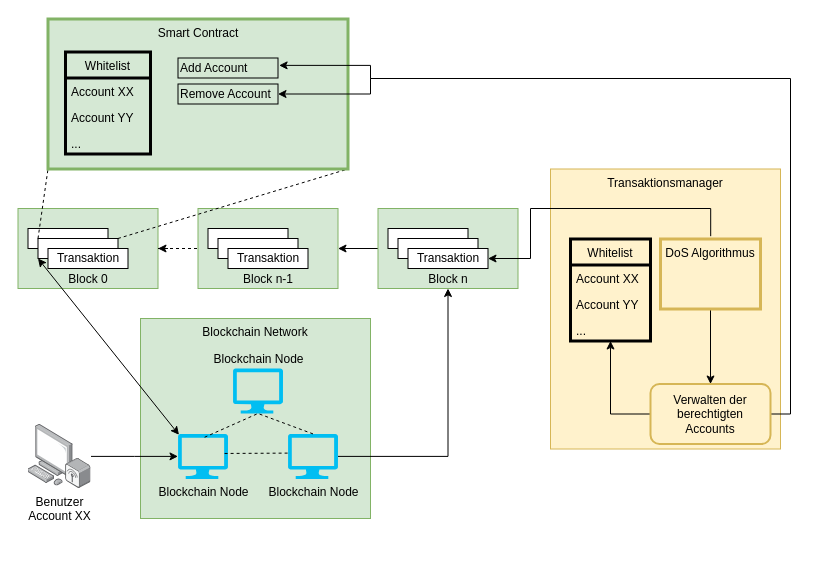
Earlier version of the draw.io diagram Report/images/src/overview.drawio (Geryones/BlockChain_TransactionManager). Source tidied: cells renumbered, new cells numbered last; positions are measured from the earlier drawing's top-left corner, leaving out a move shared by most shapes. Both pictures are drawn from the tidied source at 100%, with x=0, y=0 at pixel (18, 18).
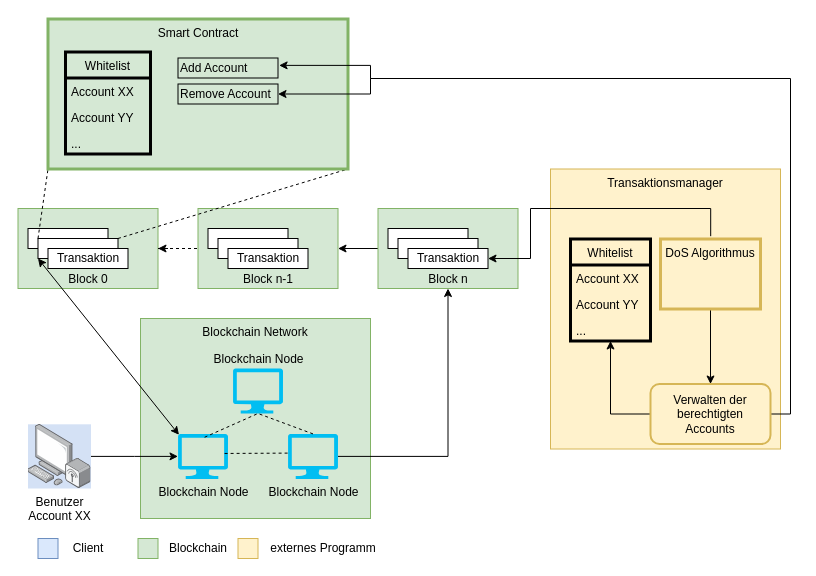
The same diagram, later.

Change to the diagram source:
```diff
@@
-    <mxCell id="11" value="Benutzer&lt;br&gt;Account XX" style="points=[];html=1;align=center;shadow=0;dashed=0;image;image=img/lib/allied_telesis/computer_and_terminals/Personal_Computer_Wireless.svg;" parent="1" vertex="1">
+    <mxCell id="11" value="Benutzer&lt;br&gt;Account XX" style="points=[];html=1;align=center;shadow=0;dashed=0;image;image=img/lib/allied_telesis/computer_and_terminals/Personal_Computer_Wireless.svg;imageBackground=#D4E1F5;" parent="1" vertex="1">
       <mxGeometry x="9.5" y="405.8" width="63" height="64.2" as="geometry" />
     </mxCell>
@@
+    <mxCell id="49" style="rounded=0;whiteSpace=wrap;html=1;fillColor=#dae8fc;strokeColor=#6c8ebf;" parent="1" vertex="1">
+      <mxGeometry x="19.5" y="520" width="20" height="20" as="geometry" />
+    </mxCell>
+    <mxCell id="50" value="Client" style="text;html=1;strokeColor=none;fillColor=none;align=center;verticalAlign=middle;whiteSpace=wrap;rounded=0;" parent="1" vertex="1">
+      <mxGeometry x="49.5" y="520" width="40" height="20" as="geometry" />
+    </mxCell>
+    <mxCell id="51" style="rounded=0;whiteSpace=wrap;html=1;fillColor=#d5e8d4;strokeColor=#82b366;" parent="1" vertex="1">
+      <mxGeometry x="119.5" y="520" width="20" height="20" as="geometry" />
+    </mxCell>
+    <mxCell id="52" value="Blockchain" style="text;html=1;align=center;verticalAlign=middle;whiteSpace=wrap;rounded=0;" parent="1" vertex="1">
+      <mxGeometry x="159.5" y="520" width="40" height="20" as="geometry" />
+    </mxCell>
+    <mxCell id="53" value="externes Programm" style="text;html=1;strokeColor=none;fillColor=none;align=center;verticalAlign=middle;whiteSpace=wrap;rounded=0;" parent="1" vertex="1">
+      <mxGeometry x="249.5" y="520" width="110" height="20" as="geometry" />
+    </mxCell>
+    <mxCell id="54" style="rounded=0;whiteSpace=wrap;html=1;fillColor=#fff2cc;strokeColor=#d6b656;" parent="1" vertex="1">
+      <mxGeometry x="219.5" y="520" width="20" height="20" as="geometry" />
+    </mxCell>
```
